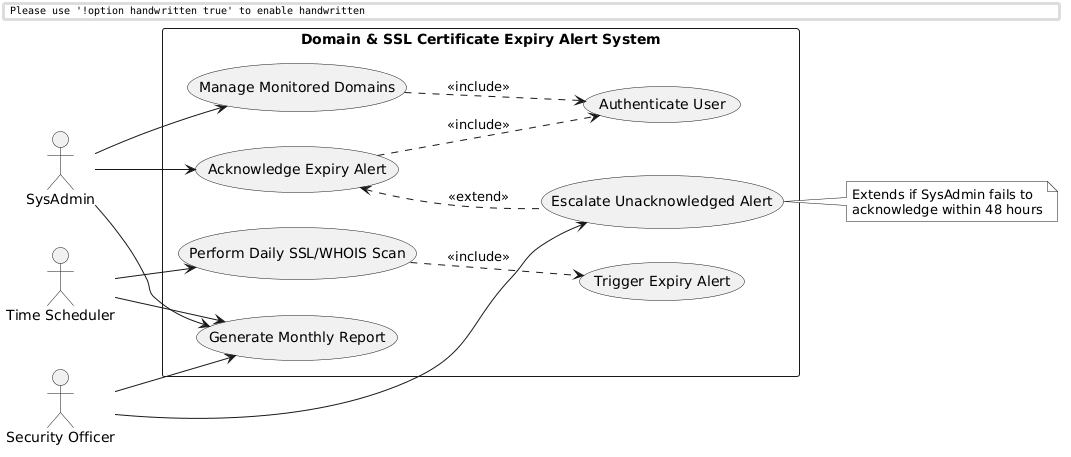
sujayhegde23/PES1UG24CS478_Sujay_Hegde_Individual_Lab3 keeps this PlantUML diagram as 1-RE/Use_Case_Diagram.png. Above is the earlier version. Its diagram source:
```plantuml
@startuml
left to right direction
skinparam packageStyle rectangle
skinparam handwritten false
skinparam monochrome true

actor "SysAdmin" as SA
actor "Security Officer" as SO
actor "Time Scheduler" as Timer

rectangle "Domain & SSL Certificate Expiry Alert System" {
  usecase "Manage Monitored Domains" as UC1
  usecase "Authenticate User" as UC2
  usecase "Perform Daily SSL/WHOIS Scan" as UC3
  usecase "Trigger Expiry Alert" as UC4
  usecase "Acknowledge Expiry Alert" as UC5
  usecase "Escalate Unacknowledged Alert" as UC6
  usecase "Generate Monthly Report" as UC7
}

SA --> UC1
SA --> UC5
SA --> UC7

SO --> UC6
SO --> UC7

Timer --> UC3
Timer --> UC7

UC1 ..> UC2 : <<include>>
UC5 ..> UC2 : <<include>>
UC3 ..> UC4 : <<include>>

UC6 .up.> UC5 : <<extend>>
note right of UC6 : Extends if SysAdmin fails to\nacknowledge within 48 hours
@enduml
```
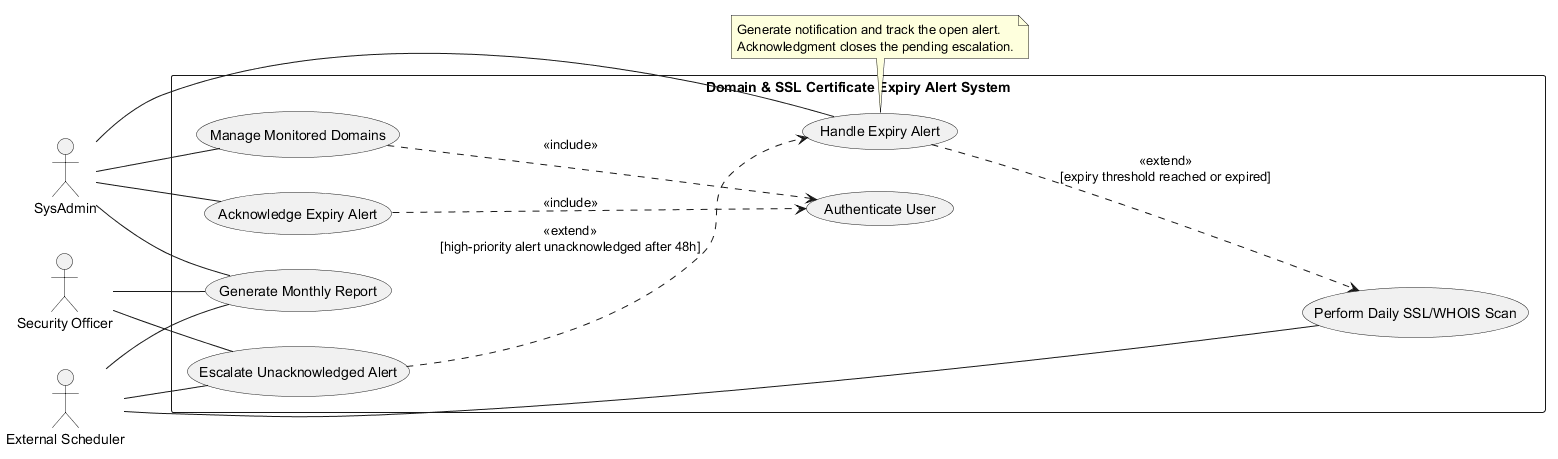
Later version of the same file.

The edit, as a diff of the source:
```diff
@@ -1,37 +1,32 @@
 @startuml
 left to right direction
-skinparam packageStyle rectangle
-skinparam handwritten false
-skinparam monochrome true
-
-actor "SysAdmin" as SA
+actor SysAdmin as SA
 actor "Security Officer" as SO
-actor "Time Scheduler" as Timer
-
+actor "External Scheduler" as Timer
 rectangle "Domain & SSL Certificate Expiry Alert System" {
   usecase "Manage Monitored Domains" as UC1
   usecase "Authenticate User" as UC2
   usecase "Perform Daily SSL/WHOIS Scan" as UC3
-  usecase "Trigger Expiry Alert" as UC4
+  usecase "Handle Expiry Alert" as UC4
   usecase "Acknowledge Expiry Alert" as UC5
   usecase "Escalate Unacknowledged Alert" as UC6
   usecase "Generate Monthly Report" as UC7
 }
-
-SA --> UC1
-SA --> UC5
-SA --> UC7
-
-SO --> UC6
-SO --> UC7
-
-Timer --> UC3
-Timer --> UC7
-
+SA -- UC1
+SA -- UC4
+SA -- UC5
+SA -- UC7
+SO -- UC6
+SO -- UC7
+Timer -- UC3
+Timer -- UC6
+Timer -- UC7
 UC1 ..> UC2 : <<include>>
 UC5 ..> UC2 : <<include>>
-UC3 ..> UC4 : <<include>>
-
-UC6 .up.> UC5 : <<extend>>
-note right of UC6 : Extends if SysAdmin fails to\nacknowledge within 48 hours
+UC4 ..> UC3 : <<extend>>\n[expiry threshold reached or expired]
+UC6 ..> UC4 : <<extend>>\n[high-priority alert unacknowledged after 48h]
+note bottom of UC4
+  Generate notification and track the open alert.
+  Acknowledgment closes the pending escalation.
+end note
 @enduml
```
